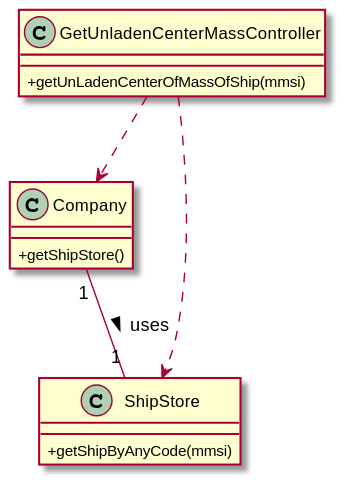
Earlier version of the PlantUML export docs/Sprint 4/US418/US418_CD.svg (ana-albergaria/LAPR3-ISEP). Source of this version:
```plantuml
@startuml
skinparam classAttributeIconSize 0

class GetUnladenCenterMassController{
    +getUnLadenCenterOfMassOfShip(mmsi)
}

class Company {
    +getShipStore()
}

class ShipStore {
    +getShipByAnyCode(mmsi)
}

GetUnladenCenterMassController ..> Company
GetUnladenCenterMassController ..> ShipStore
Company "1" -- "1" ShipStore : uses >

@enduml
```
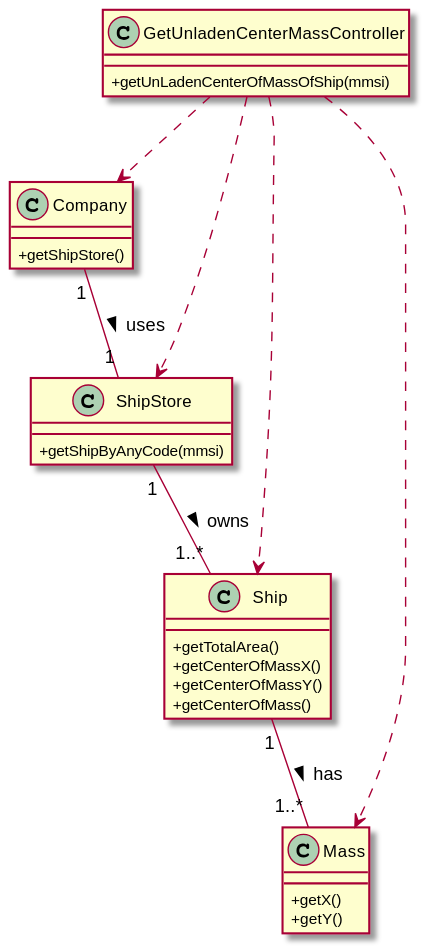
After the commit.

The edit, as a diff of the source:
```diff
@@ -13,8 +13,24 @@
     +getShipByAnyCode(mmsi)
 }
 
+
+class Ship {
+    +getTotalArea()
+    +getCenterOfMassX()
+    +getCenterOfMassY()
+    +getCenterOfMass()
+}
+
+class Mass {
+    +getX()
+    +getY()
+}
+
 GetUnladenCenterMassController ..> Company
 GetUnladenCenterMassController ..> ShipStore
+GetUnladenCenterMassController ..> Ship
+GetUnladenCenterMassController ..> Mass
 Company "1" -- "1" ShipStore : uses >
-
+ShipStore "1" -- "1..*" Ship : owns >
+Ship "1" -- "1..*" Mass : has >
 @enduml
```
